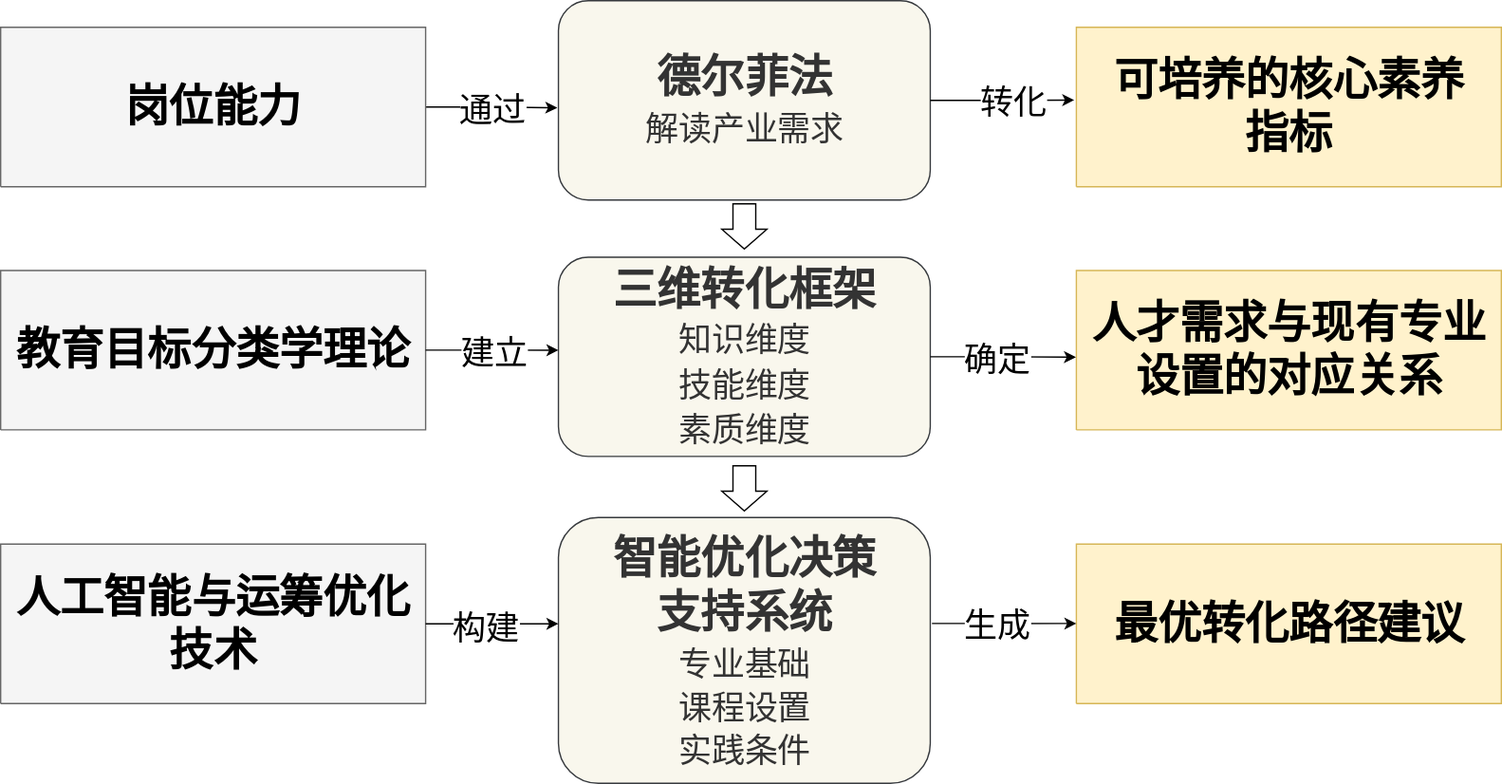
Above: 图3.drawio.svg in handsome-tony/picture (draw.io), before the change. Source tidied: cells renumbered, new cells last; positions are measured from the earlier drawing's top-left corner, leaving out a move shared by most shapes.
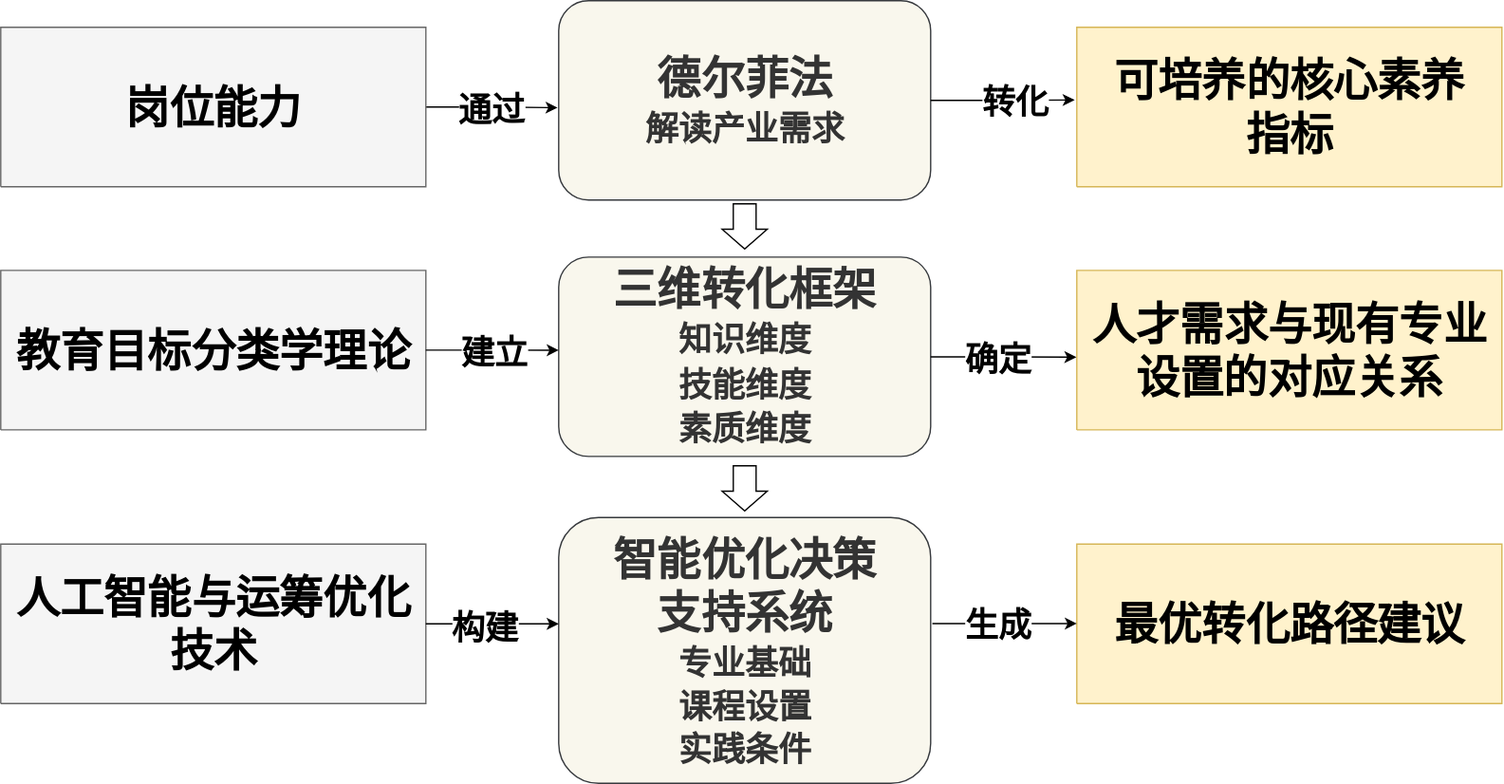
Above is the later version.

Change to the diagram source:
```diff
@@ -5,46 +5,46 @@
     <mxCell id="2" style="edgeStyle=orthogonalEdgeStyle;rounded=0;jettySize=auto;html=1;entryX=-0.003;entryY=0.537;entryDx=0;entryDy=0;entryPerimeter=0;" parent="1" edge="1" source="4" target="12">
       <mxGeometry relative="1" as="geometry" />
     </mxCell>
-    <mxCell id="3" value="&lt;font style=&quot;font-size: 25px;&quot;&gt;通过&lt;/font&gt;" style="edgeLabel;html=1;align=center;verticalAlign=middle;" parent="2" vertex="1">
+    <mxCell id="3" value="&lt;font style=&quot;font-size: 25px;&quot;&gt;&lt;b&gt;通过&lt;/b&gt;&lt;/font&gt;" style="edgeLabel;html=1;align=center;verticalAlign=middle;" parent="2" vertex="1">
       <mxGeometry x="-0.03" relative="1" as="geometry" />
     </mxCell>
-    <mxCell id="4" value="&lt;div&gt;&lt;span style=&quot;background-color: transparent;&quot;&gt;&lt;font style=&quot;font-size: 33px;&quot; face=&quot;SimSun&quot; color=&quot;#000000&quot;&gt;&lt;b&gt;岗位能力&lt;/b&gt;&lt;/font&gt;&lt;/span&gt;&lt;/div&gt;" style="verticalAlign=middle;align=center;overflow=width;vsdxID=4;fillColor=#f5f5f5;shape=(stored shape, 160 characters);strokeColor=#666666;spacingTop=-1;spacingBottom=-1;spacingLeft=-1;spacingRight=-1;points=[];labelBackgroundColor=none;rounded=0;html=1;whiteSpace=wrap;fontSize=28;fontColor=#333333;" parent="1" vertex="1">
+    <mxCell id="4" value="&lt;div&gt;&lt;span style=&quot;background-color: transparent;&quot;&gt;&lt;font face=&quot;Helvetica&quot; style=&quot;font-size: 33px;&quot; color=&quot;#000000&quot;&gt;&lt;b style=&quot;&quot;&gt;岗位能力&lt;/b&gt;&lt;/font&gt;&lt;/span&gt;&lt;/div&gt;" style="verticalAlign=middle;align=center;overflow=width;vsdxID=4;fillColor=#f5f5f5;shape=(stored shape, 160 characters);strokeColor=#666666;spacingTop=-1;spacingBottom=-1;spacingLeft=-1;spacingRight=-1;points=[];labelBackgroundColor=none;rounded=0;html=1;whiteSpace=wrap;fontSize=28;fontColor=#333333;" parent="1" vertex="1">
       <mxGeometry y="20" width="320" height="120" as="geometry" />
     </mxCell>
-    <mxCell id="5" value="&lt;div&gt;&lt;span style=&quot;background-color: transparent;&quot;&gt;&lt;font style=&quot;font-size: 33px;&quot; face=&quot;SimSun&quot; color=&quot;#000000&quot;&gt;&lt;b&gt;教育目标分类学理论&lt;/b&gt;&lt;/font&gt;&lt;/span&gt;&lt;/div&gt;" style="verticalAlign=middle;align=center;overflow=width;vsdxID=4;fillColor=#f5f5f5;shape=(stored shape, 160 characters);strokeColor=#666666;spacingTop=-1;spacingBottom=-1;spacingLeft=-1;spacingRight=-1;points=[];labelBackgroundColor=none;rounded=0;html=1;whiteSpace=wrap;fontSize=28;fontColor=#333333;" parent="1" vertex="1">
+    <mxCell id="5" value="&lt;div&gt;&lt;span style=&quot;background-color: transparent;&quot;&gt;&lt;font face=&quot;Helvetica&quot; style=&quot;font-size: 33px;&quot; color=&quot;#000000&quot;&gt;&lt;b style=&quot;&quot;&gt;教育目标分类学理论&lt;/b&gt;&lt;/font&gt;&lt;/span&gt;&lt;/div&gt;" style="verticalAlign=middle;align=center;overflow=width;vsdxID=4;fillColor=#f5f5f5;shape=(stored shape, 160 characters);strokeColor=#666666;spacingTop=-1;spacingBottom=-1;spacingLeft=-1;spacingRight=-1;points=[];labelBackgroundColor=none;rounded=0;html=1;whiteSpace=wrap;fontSize=28;fontColor=#333333;" parent="1" vertex="1">
       <mxGeometry y="203" width="320" height="120" as="geometry" />
     </mxCell>
-    <mxCell id="6" value="&lt;div&gt;&lt;span style=&quot;background-color: transparent;&quot;&gt;&lt;font style=&quot;font-size: 33px;&quot; face=&quot;SimSun&quot; color=&quot;#000000&quot;&gt;&lt;b&gt;人工智能与运筹优化技术&lt;/b&gt;&lt;/font&gt;&lt;/span&gt;&lt;/div&gt;" style="verticalAlign=middle;align=center;overflow=width;vsdxID=4;fillColor=#f5f5f5;shape=(stored shape, 160 characters);strokeColor=#666666;spacingTop=-1;spacingBottom=-1;spacingLeft=-1;spacingRight=-1;points=[];labelBackgroundColor=none;rounded=0;html=1;whiteSpace=wrap;fontSize=28;fontColor=#333333;" parent="1" vertex="1">
+    <mxCell id="6" value="&lt;div&gt;&lt;span style=&quot;background-color: transparent;&quot;&gt;&lt;font face=&quot;Helvetica&quot; style=&quot;font-size: 33px;&quot; color=&quot;#000000&quot;&gt;&lt;b style=&quot;&quot;&gt;人工智能与运筹优化技术&lt;/b&gt;&lt;/font&gt;&lt;/span&gt;&lt;/div&gt;" style="verticalAlign=middle;align=center;overflow=width;vsdxID=4;fillColor=#f5f5f5;shape=(stored shape, 160 characters);strokeColor=#666666;spacingTop=-1;spacingBottom=-1;spacingLeft=-1;spacingRight=-1;points=[];labelBackgroundColor=none;rounded=0;html=1;whiteSpace=wrap;fontSize=28;fontColor=#333333;" parent="1" vertex="1">
       <mxGeometry y="409" width="320" height="120" as="geometry" />
     </mxCell>
-    <mxCell id="7" value="&lt;div&gt;&lt;span style=&quot;background-color: transparent;&quot;&gt;&lt;font style=&quot;font-size: 33px;&quot; face=&quot;SimSun&quot; color=&quot;#000000&quot;&gt;&lt;b&gt;可培养的核心素养&lt;/b&gt;&lt;/font&gt;&lt;/span&gt;&lt;/div&gt;&lt;div&gt;&lt;span style=&quot;background-color: transparent;&quot;&gt;&lt;font style=&quot;font-size: 33px;&quot; face=&quot;SimSun&quot; color=&quot;#000000&quot;&gt;&lt;b&gt;指标&lt;/b&gt;&lt;/font&gt;&lt;/span&gt;&lt;/div&gt;" style="verticalAlign=middle;align=center;overflow=width;vsdxID=4;shape=(stored shape, 160 characters);spacingTop=-1;spacingBottom=-1;spacingLeft=-1;spacingRight=-1;points=[];labelBackgroundColor=none;rounded=0;html=1;whiteSpace=wrap;fontSize=28;fillColor=#fff2cc;strokeColor=#d6b656;" parent="1" vertex="1">
+    <mxCell id="7" value="&lt;div&gt;&lt;span style=&quot;background-color: transparent;&quot;&gt;&lt;font face=&quot;Helvetica&quot; style=&quot;font-size: 33px;&quot; color=&quot;#000000&quot;&gt;&lt;b style=&quot;&quot;&gt;可培养的核心素养&lt;/b&gt;&lt;/font&gt;&lt;/span&gt;&lt;/div&gt;&lt;div&gt;&lt;span style=&quot;background-color: transparent;&quot;&gt;&lt;font face=&quot;Helvetica&quot; style=&quot;font-size: 33px;&quot; color=&quot;#000000&quot;&gt;&lt;b style=&quot;&quot;&gt;指标&lt;/b&gt;&lt;/font&gt;&lt;/span&gt;&lt;/div&gt;" style="verticalAlign=middle;align=center;overflow=width;vsdxID=4;shape=(stored shape, 160 characters);spacingTop=-1;spacingBottom=-1;spacingLeft=-1;spacingRight=-1;points=[];labelBackgroundColor=none;rounded=0;html=1;whiteSpace=wrap;fontSize=28;fillColor=#fff2cc;strokeColor=#d6b656;" parent="1" vertex="1">
       <mxGeometry x="810" y="20" width="320" height="120" as="geometry" />
     </mxCell>
-    <mxCell id="8" value="&lt;div style=&quot;&quot;&gt;&lt;div style=&quot;color: rgb(51, 51, 51); font-size: 28px;&quot;&gt;&lt;span style=&quot;background-color: transparent; font-size: 33px;&quot;&gt;&lt;font face=&quot;SimSun&quot;&gt;&lt;b&gt;智能优化决策&lt;/b&gt;&lt;/font&gt;&lt;/span&gt;&lt;/div&gt;&lt;div style=&quot;color: rgb(51, 51, 51); font-size: 28px;&quot;&gt;&lt;span style=&quot;background-color: transparent; font-size: 33px;&quot;&gt;&lt;font face=&quot;SimSun&quot;&gt;&lt;b&gt;支持系统&lt;/b&gt;&lt;/font&gt;&lt;/span&gt;&lt;/div&gt;&lt;div style=&quot;color: rgb(51, 51, 51); font-size: 28px;&quot;&gt;&lt;font&gt;&lt;span style=&quot;font-size: 25px;&quot;&gt;专业基础&lt;/span&gt;&lt;/font&gt;&lt;br&gt;&lt;/div&gt;&lt;div style=&quot;color: rgb(51, 51, 51); font-size: 28px;&quot;&gt;&lt;font&gt;&lt;span style=&quot;font-size: 25px;&quot;&gt;课程设置&lt;/span&gt;&lt;/font&gt;&lt;/div&gt;&lt;div style=&quot;color: rgb(51, 51, 51);&quot;&gt;&lt;span style=&quot;font-size: 25px;&quot;&gt;实践条件&lt;/span&gt;&lt;/div&gt;&lt;/div&gt;" style="rounded=1;whiteSpace=wrap;html=1;fillStyle=auto;fillColor=#f9f7ed;strokeColor=#36393d;" parent="1" vertex="1">
+    <mxCell id="8" value="&lt;div style=&quot;&quot;&gt;&lt;div style=&quot;color: rgb(51, 51, 51); font-size: 28px;&quot;&gt;&lt;span style=&quot;background-color: transparent; font-size: 33px;&quot;&gt;&lt;b style=&quot;&quot;&gt;&lt;font face=&quot;Helvetica&quot;&gt;智能优化决策&lt;/font&gt;&lt;/b&gt;&lt;/span&gt;&lt;/div&gt;&lt;div style=&quot;color: rgb(51, 51, 51); font-size: 28px;&quot;&gt;&lt;span style=&quot;background-color: transparent; font-size: 33px;&quot;&gt;&lt;b style=&quot;&quot;&gt;&lt;font face=&quot;Helvetica&quot;&gt;支持系统&lt;/font&gt;&lt;/b&gt;&lt;/span&gt;&lt;/div&gt;&lt;div style=&quot;color: rgb(51, 51, 51); font-size: 28px;&quot;&gt;&lt;b&gt;&lt;font&gt;&lt;span style=&quot;font-size: 25px;&quot;&gt;专业基础&lt;/span&gt;&lt;/font&gt;&lt;br&gt;&lt;/b&gt;&lt;/div&gt;&lt;div style=&quot;color: rgb(51, 51, 51); font-size: 28px;&quot;&gt;&lt;font&gt;&lt;span style=&quot;font-size: 25px;&quot;&gt;&lt;b&gt;课程设置&lt;/b&gt;&lt;/span&gt;&lt;/font&gt;&lt;/div&gt;&lt;div style=&quot;color: rgb(51, 51, 51);&quot;&gt;&lt;span style=&quot;font-size: 25px;&quot;&gt;&lt;b&gt;实践条件&lt;/b&gt;&lt;/span&gt;&lt;/div&gt;&lt;/div&gt;" style="rounded=1;whiteSpace=wrap;html=1;fillStyle=auto;fillColor=#f9f7ed;strokeColor=#36393d;" parent="1" vertex="1">
       <mxGeometry x="420" y="389" width="280" height="200" as="geometry" />
     </mxCell>
-    <mxCell id="9" value="&lt;font face=&quot;SimSun&quot;&gt;&lt;span style=&quot;font-size: 33px;&quot;&gt;&lt;b&gt;人才需求与现有专业设置的对应关系&lt;/b&gt;&lt;/span&gt;&lt;/font&gt;" style="verticalAlign=middle;align=center;overflow=width;vsdxID=4;shape=(stored shape, 160 characters);spacingTop=-1;spacingBottom=-1;spacingLeft=-1;spacingRight=-1;points=[];labelBackgroundColor=none;rounded=0;html=1;whiteSpace=wrap;fontSize=28;fillColor=#fff2cc;strokeColor=#d6b656;" parent="1" vertex="1">
+    <mxCell id="9" value="&lt;span style=&quot;font-size: 33px;&quot;&gt;&lt;b style=&quot;&quot;&gt;&lt;font face=&quot;Helvetica&quot;&gt;人才需求与现有专业设置的对应关系&lt;/font&gt;&lt;/b&gt;&lt;/span&gt;" style="verticalAlign=middle;align=center;overflow=width;vsdxID=4;shape=(stored shape, 160 characters);spacingTop=-1;spacingBottom=-1;spacingLeft=-1;spacingRight=-1;points=[];labelBackgroundColor=none;rounded=0;html=1;whiteSpace=wrap;fontSize=28;fillColor=#fff2cc;strokeColor=#d6b656;" parent="1" vertex="1">
       <mxGeometry x="810" y="203" width="320" height="120" as="geometry" />
     </mxCell>
-    <mxCell id="10" value="&lt;font face=&quot;SimSun&quot;&gt;&lt;span style=&quot;font-size: 33px;&quot;&gt;&lt;b&gt;最优转化路径建议&lt;/b&gt;&lt;/span&gt;&lt;/font&gt;" style="verticalAlign=middle;align=center;overflow=width;vsdxID=4;shape=(stored shape, 160 characters);spacingTop=-1;spacingBottom=-1;spacingLeft=-1;spacingRight=-1;labelBackgroundColor=none;rounded=0;html=1;whiteSpace=wrap;fontSize=28;fillColor=#fff2cc;strokeColor=#d6b656;" parent="1" vertex="1">
+    <mxCell id="10" value="&lt;span style=&quot;font-size: 33px;&quot;&gt;&lt;b style=&quot;&quot;&gt;&lt;font face=&quot;Helvetica&quot;&gt;最优转化路径建议&lt;/font&gt;&lt;/b&gt;&lt;/span&gt;" style="verticalAlign=middle;align=center;overflow=width;vsdxID=4;shape=(stored shape, 160 characters);spacingTop=-1;spacingBottom=-1;spacingLeft=-1;spacingRight=-1;labelBackgroundColor=none;rounded=0;html=1;whiteSpace=wrap;fontSize=28;fillColor=#fff2cc;strokeColor=#d6b656;" parent="1" vertex="1">
       <mxGeometry x="810" y="409" width="320" height="120" as="geometry" />
     </mxCell>
-    <mxCell id="11" value="&lt;div style=&quot;&quot;&gt;&lt;div style=&quot;color: rgb(51, 51, 51); font-size: 28px;&quot;&gt;&lt;div style=&quot;color: rgb(51, 51, 51);&quot;&gt;&lt;span style=&quot;background-color: transparent; font-size: 33px;&quot;&gt;&lt;font face=&quot;SimSun&quot;&gt;&lt;b&gt;三维转化框架&lt;/b&gt;&lt;/font&gt;&lt;/span&gt;&lt;/div&gt;&lt;div style=&quot;color: rgb(51, 51, 51);&quot;&gt;&lt;span style=&quot;font-size: 25px;&quot;&gt;知识维度&lt;/span&gt;&lt;br&gt;&lt;/div&gt;&lt;div style=&quot;color: rgb(51, 51, 51);&quot;&gt;&lt;span style=&quot;font-size: 25px;&quot;&gt;技能维度&lt;/span&gt;&lt;/div&gt;&lt;div style=&quot;color: rgb(51, 51, 51);&quot;&gt;&lt;span style=&quot;font-size: 25px;&quot;&gt;素质维度&lt;/span&gt;&lt;/div&gt;&lt;/div&gt;&lt;/div&gt;" style="rounded=1;whiteSpace=wrap;html=1;fillStyle=auto;fillColor=#f9f7ed;strokeColor=#36393d;" parent="1" vertex="1">
+    <mxCell id="11" value="&lt;div style=&quot;&quot;&gt;&lt;div style=&quot;color: rgb(51, 51, 51); font-size: 28px;&quot;&gt;&lt;div style=&quot;color: rgb(51, 51, 51);&quot;&gt;&lt;span style=&quot;background-color: transparent; font-size: 33px;&quot;&gt;&lt;b style=&quot;&quot;&gt;&lt;font face=&quot;Helvetica&quot;&gt;三维转化框架&lt;/font&gt;&lt;/b&gt;&lt;/span&gt;&lt;/div&gt;&lt;div style=&quot;color: rgb(51, 51, 51);&quot;&gt;&lt;b&gt;&lt;span style=&quot;font-size: 25px;&quot;&gt;知识维度&lt;/span&gt;&lt;br&gt;&lt;/b&gt;&lt;/div&gt;&lt;div style=&quot;color: rgb(51, 51, 51);&quot;&gt;&lt;span style=&quot;font-size: 25px;&quot;&gt;&lt;b&gt;技能维度&lt;/b&gt;&lt;/span&gt;&lt;/div&gt;&lt;div style=&quot;color: rgb(51, 51, 51);&quot;&gt;&lt;span style=&quot;font-size: 25px;&quot;&gt;&lt;b&gt;素质维度&lt;/b&gt;&lt;/span&gt;&lt;/div&gt;&lt;/div&gt;&lt;/div&gt;" style="rounded=1;whiteSpace=wrap;html=1;fillStyle=auto;fillColor=#f9f7ed;strokeColor=#36393d;" parent="1" vertex="1">
       <mxGeometry x="420" y="193" width="280" height="150" as="geometry" />
     </mxCell>
-    <mxCell id="12" value="&lt;div style=&quot;&quot;&gt;&lt;div style=&quot;color: rgb(51, 51, 51); font-size: 28px;&quot;&gt;&lt;div style=&quot;color: rgb(51, 51, 51);&quot;&gt;&lt;div style=&quot;color: rgb(51, 51, 51);&quot;&gt;&lt;span style=&quot;background-color: transparent; font-size: 33px;&quot;&gt;&lt;font face=&quot;SimSun&quot;&gt;&lt;b&gt;德尔菲法&lt;/b&gt;&lt;/font&gt;&lt;/span&gt;&lt;/div&gt;&lt;div style=&quot;color: rgb(51, 51, 51);&quot;&gt;&lt;span style=&quot;font-size: 25px;&quot;&gt;解读产业需求&lt;/span&gt;&lt;/div&gt;&lt;/div&gt;&lt;/div&gt;&lt;/div&gt;" style="rounded=1;whiteSpace=wrap;html=1;fillStyle=auto;fillColor=#f9f7ed;strokeColor=#36393d;" parent="1" vertex="1">
+    <mxCell id="12" value="&lt;div style=&quot;&quot;&gt;&lt;div style=&quot;color: rgb(51, 51, 51); font-size: 28px;&quot;&gt;&lt;div style=&quot;color: rgb(51, 51, 51);&quot;&gt;&lt;div style=&quot;color: rgb(51, 51, 51);&quot;&gt;&lt;span style=&quot;background-color: transparent; font-size: 33px;&quot;&gt;&lt;b style=&quot;&quot;&gt;德尔菲法&lt;/b&gt;&lt;/span&gt;&lt;/div&gt;&lt;div style=&quot;color: rgb(51, 51, 51);&quot;&gt;&lt;span style=&quot;font-size: 25px;&quot;&gt;&lt;b&gt;解读产业需求&lt;/b&gt;&lt;/span&gt;&lt;/div&gt;&lt;/div&gt;&lt;/div&gt;&lt;/div&gt;" style="rounded=1;whiteSpace=wrap;html=1;fillStyle=auto;fillColor=#f9f7ed;strokeColor=#36393d;" parent="1" vertex="1">
       <mxGeometry x="420" width="280" height="150" as="geometry" />
     </mxCell>
     <mxCell id="13" style="edgeStyle=orthogonalEdgeStyle;rounded=0;jettySize=auto;html=1;entryX=-0.005;entryY=0.456;entryDx=0;entryDy=0;entryPerimeter=0;" parent="1" edge="1" source="12" target="7">
       <mxGeometry relative="1" as="geometry" />
     </mxCell>
-    <mxCell id="14" value="&lt;font style=&quot;font-size: 25px;&quot;&gt;转化&lt;/font&gt;" style="edgeLabel;html=1;align=center;verticalAlign=middle;" parent="13" vertex="1">
+    <mxCell id="14" value="&lt;font style=&quot;font-size: 25px;&quot;&gt;&lt;b&gt;转化&lt;/b&gt;&lt;/font&gt;" style="edgeLabel;html=1;align=center;verticalAlign=middle;" parent="13" vertex="1">
       <mxGeometry x="0.14" relative="1" as="geometry" />
     </mxCell>
     <mxCell id="15" style="edgeStyle=orthogonalEdgeStyle;rounded=0;jettySize=auto;html=1;entryX=0;entryY=0.467;entryDx=0;entryDy=0;entryPerimeter=0;" parent="1" edge="1" source="5" target="11">
       <mxGeometry relative="1" as="geometry" />
     </mxCell>
-    <mxCell id="16" value="&lt;font style=&quot;font-size: 25px;&quot;&gt;建立&lt;/font&gt;" style="edgeLabel;html=1;align=center;verticalAlign=middle;" parent="15" vertex="1">
+    <mxCell id="16" value="&lt;font style=&quot;font-size: 25px;&quot;&gt;&lt;b&gt;建立&lt;/b&gt;&lt;/font&gt;" style="edgeLabel;html=1;align=center;verticalAlign=middle;" parent="15" vertex="1">
       <mxGeometry x="-0.2" y="-2" relative="1" as="geometry">
         <mxPoint x="10" y="-2" as="offset" />
       </mxGeometry>
@@ -52,7 +52,7 @@
     <mxCell id="17" style="edgeStyle=orthogonalEdgeStyle;rounded=0;jettySize=auto;html=1;entryX=-0.001;entryY=0.544;entryDx=0;entryDy=0;entryPerimeter=0;" parent="1" edge="1" source="11" target="9">
       <mxGeometry relative="1" as="geometry" />
     </mxCell>
-    <mxCell id="18" value="&lt;font style=&quot;font-size: 25px;&quot;&gt;确定&lt;/font&gt;" style="edgeLabel;html=1;align=center;verticalAlign=middle;" parent="17" vertex="1">
+    <mxCell id="18" value="&lt;font style=&quot;font-size: 25px;&quot;&gt;&lt;b&gt;确定&lt;/b&gt;&lt;/font&gt;" style="edgeLabel;html=1;align=center;verticalAlign=middle;" parent="17" vertex="1">
       <mxGeometry x="0.09" y="-1" relative="1" as="geometry">
         <mxPoint x="-10" y="-1" as="offset" />
       </mxGeometry>
@@ -60,7 +60,7 @@
     <mxCell id="19" style="edgeStyle=orthogonalEdgeStyle;rounded=0;jettySize=auto;html=1;entryX=0;entryY=0.4;entryDx=0;entryDy=0;entryPerimeter=0;" parent="1" edge="1" source="6" target="8">
       <mxGeometry relative="1" as="geometry" />
     </mxCell>
-    <mxCell id="20" value="&lt;font style=&quot;font-size: 25px;&quot;&gt;构建&lt;/font&gt;" style="edgeLabel;html=1;align=center;verticalAlign=middle;" parent="19" vertex="1">
+    <mxCell id="20" value="&lt;font style=&quot;font-size: 25px;&quot;&gt;&lt;b&gt;构建&lt;/b&gt;&lt;/font&gt;" style="edgeLabel;html=1;align=center;verticalAlign=middle;" parent="19" vertex="1">
       <mxGeometry x="-0.12" y="-1" relative="1" as="geometry" />
     </mxCell>
     <mxCell id="21" style="edgeStyle=orthogonalEdgeStyle;rounded=0;orthogonalLoop=1;jettySize=auto;html=1;entryX=-0.004;entryY=0.671;entryDx=0;entryDy=0;entryPerimeter=0;" parent="1" edge="1">
@@ -72,7 +72,7 @@
         </Array>
       </mxGeometry>
     </mxCell>
-    <mxCell id="22" value="&lt;font style=&quot;font-size: 25px;&quot;&gt;生成&lt;/font&gt;" style="edgeLabel;html=1;align=center;verticalAlign=middle;" parent="21" vertex="1">
+    <mxCell id="22" value="&lt;font style=&quot;font-size: 25px;&quot;&gt;&lt;b&gt;生成&lt;/b&gt;&lt;/font&gt;" style="edgeLabel;html=1;align=center;verticalAlign=middle;" parent="21" vertex="1">
       <mxGeometry x="0.04" relative="1" as="geometry">
         <mxPoint x="-8" as="offset" />
       </mxGeometry>
```
